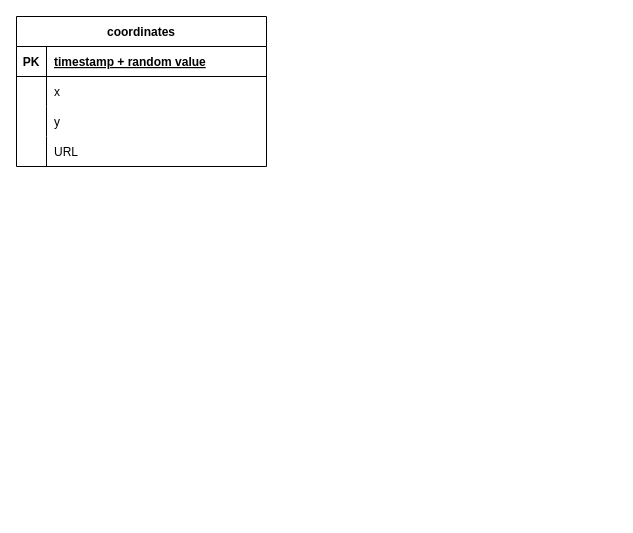
Before: er.dio in MizunoJin/prototype, a draw.io diagram. Source tidied: cells renumbered, new cells numbered last; positions are measured from the earlier drawing's top-left corner, leaving out a move shared by most shapes. Both pictures are drawn from the tidied source at 100%, with x=0, y=0 at pixel (16, 16).
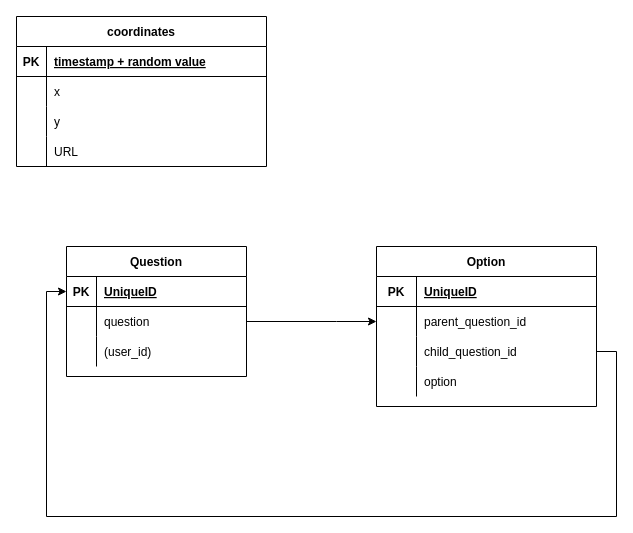
Above is the later version.

Change to the diagram source:
```diff
@@
+    <mxCell id="15" value="Question" style="shape=table;startSize=30;childLayout=tableLayout;rowLines=0;fontStyle=1;align=center;" parent="1" vertex="1">
+      <mxGeometry x="50" y="230" width="180" height="130" as="geometry" />
+    </mxCell>
+    <mxCell id="16" style="shape=partialRectangle;fillColor=none;top=0;left=0;bottom=1;right=0;points=[[0,0.5],[1,0.5]];portConstraint=eastwest;" parent="15" vertex="1">
+      <mxGeometry y="30" width="180" height="30" as="geometry" />
+    </mxCell>
+    <mxCell id="17" value="PK" style="shape=partialRectangle;fillColor=none;top=0;left=0;bottom=0;right=0;fontStyle=1;overflow=hidden;" parent="16" vertex="1">
+      <mxGeometry width="30" height="30" as="geometry" />
+    </mxCell>
+    <mxCell id="18" value="UniqueID" style="shape=partialRectangle;fillColor=none;top=0;left=0;bottom=0;right=0;align=left;spacingLeft=6;fontStyle=5;overflow=hidden;" parent="16" vertex="1">
+      <mxGeometry x="30" width="150" height="30" as="geometry" />
+    </mxCell>
+    <mxCell id="19" style="shape=partialRectangle;fillColor=none;top=0;left=0;bottom=0;right=0;points=[[0,0.5],[1,0.5]];portConstraint=eastwest;" parent="15" vertex="1">
+      <mxGeometry y="60" width="180" height="30" as="geometry" />
+    </mxCell>
+    <mxCell id="20" style="shape=partialRectangle;fillColor=none;top=0;left=0;bottom=0;right=0;overflow=hidden;" parent="19" vertex="1">
+      <mxGeometry width="30" height="30" as="geometry" />
+    </mxCell>
+    <mxCell id="21" value="question" style="shape=partialRectangle;fillColor=none;top=0;left=0;bottom=0;right=0;align=left;spacingLeft=6;overflow=hidden;" parent="19" vertex="1">
+      <mxGeometry x="30" width="150" height="30" as="geometry" />
+    </mxCell>
+    <mxCell id="22" style="shape=partialRectangle;fillColor=none;top=0;left=0;bottom=0;right=0;" parent="15" vertex="1">
+      <mxGeometry y="90" width="180" height="30" as="geometry" />
+    </mxCell>
+    <mxCell id="23" style="shape=partialRectangle;fillColor=none;top=0;left=0;bottom=0;right=0;overflow=hidden;" parent="22" vertex="1">
+      <mxGeometry width="30" height="30" as="geometry" />
+    </mxCell>
+    <mxCell id="24" value="(user_id)" style="shape=partialRectangle;fillColor=none;top=0;left=0;bottom=0;right=0;align=left;spacingLeft=6;overflow=hidden;" parent="22" vertex="1">
+      <mxGeometry x="30" width="150" height="30" as="geometry" />
+    </mxCell>
+    <mxCell id="25" value="Option" style="shape=table;startSize=30;childLayout=tableLayout;rowLines=0;fontStyle=1;align=center;" parent="1" vertex="1">
+      <mxGeometry x="360" y="230" width="220" height="160" as="geometry" />
+    </mxCell>
+    <mxCell id="26" style="shape=partialRectangle;fillColor=none;top=0;left=0;bottom=1;right=0;" parent="25" vertex="1">
+      <mxGeometry y="30" width="220" height="30" as="geometry" />
+    </mxCell>
+    <mxCell id="27" value="PK" style="shape=partialRectangle;fillColor=none;top=0;left=0;bottom=0;right=0;fontStyle=1;overflow=hidden;" parent="26" vertex="1">
+      <mxGeometry width="40" height="30" as="geometry" />
+    </mxCell>
+    <mxCell id="28" value="UniqueID" style="shape=partialRectangle;fillColor=none;top=0;left=0;bottom=0;right=0;align=left;spacingLeft=6;fontStyle=5;overflow=hidden;" parent="26" vertex="1">
+      <mxGeometry x="40" width="180" height="30" as="geometry" />
+    </mxCell>
+    <mxCell id="29" style="shape=partialRectangle;fillColor=none;top=0;left=0;bottom=0;right=0;points=[[0,0.5],[1,0.5]];portConstraint=eastwest;" parent="25" vertex="1">
+      <mxGeometry y="60" width="220" height="30" as="geometry" />
+    </mxCell>
+    <mxCell id="30" style="shape=partialRectangle;fillColor=none;top=0;left=0;bottom=0;right=0;overflow=hidden;" parent="29" vertex="1">
+      <mxGeometry width="40" height="30" as="geometry" />
+    </mxCell>
+    <mxCell id="31" value="parent_question_id" style="shape=partialRectangle;fillColor=none;top=0;left=0;bottom=0;right=0;align=left;spacingLeft=6;overflow=hidden;" parent="29" vertex="1">
+      <mxGeometry x="40" width="180" height="30" as="geometry" />
+    </mxCell>
+    <mxCell id="32" style="shape=partialRectangle;fillColor=none;top=0;left=0;bottom=0;right=0;points=[[0,0.5],[1,0.5]];portConstraint=eastwest;" parent="25" vertex="1">
+      <mxGeometry y="90" width="220" height="30" as="geometry" />
+    </mxCell>
+    <mxCell id="33" style="shape=partialRectangle;fillColor=none;top=0;left=0;bottom=0;right=0;overflow=hidden;" parent="32" vertex="1">
+      <mxGeometry width="40" height="30" as="geometry" />
+    </mxCell>
+    <mxCell id="34" value="child_question_id" style="shape=partialRectangle;fillColor=none;top=0;left=0;bottom=0;right=0;align=left;spacingLeft=6;overflow=hidden;" parent="32" vertex="1">
+      <mxGeometry x="40" width="180" height="30" as="geometry" />
+    </mxCell>
+    <mxCell id="35" style="shape=partialRectangle;fillColor=none;top=0;left=0;bottom=0;right=0;" parent="25" vertex="1">
+      <mxGeometry y="120" width="220" height="30" as="geometry" />
+    </mxCell>
+    <mxCell id="36" style="shape=partialRectangle;fillColor=none;top=0;left=0;bottom=0;right=0;overflow=hidden;" parent="35" vertex="1">
+      <mxGeometry width="40" height="30" as="geometry" />
+    </mxCell>
+    <mxCell id="37" value="option" style="shape=partialRectangle;fillColor=none;top=0;left=0;bottom=0;right=0;align=left;spacingLeft=6;overflow=hidden;" parent="35" vertex="1">
+      <mxGeometry x="40" width="180" height="30" as="geometry" />
+    </mxCell>
+    <mxCell id="38" style="edgeStyle=orthogonalEdgeStyle;rounded=0;jettySize=auto;html=1;startSize=30;" parent="1" edge="1" source="19" target="29">
+      <mxGeometry relative="1" as="geometry">
+        <Array as="points">
+          <mxPoint x="320" y="305" />
+          <mxPoint x="320" y="305" />
+        </Array>
+      </mxGeometry>
+    </mxCell>
+    <mxCell id="39" style="edgeStyle=orthogonalEdgeStyle;rounded=0;jettySize=auto;html=1;entryX=0;entryY=0.5;entryDx=0;entryDy=0;startSize=30;" parent="1" edge="1" source="32" target="16">
+      <mxGeometry relative="1" as="geometry">
+        <Array as="points">
+          <mxPoint x="600" y="335" />
+          <mxPoint x="600" y="500" />
+          <mxPoint x="30" y="500" />
+          <mxPoint x="30" y="275" />
+        </Array>
+      </mxGeometry>
+    </mxCell>
```
